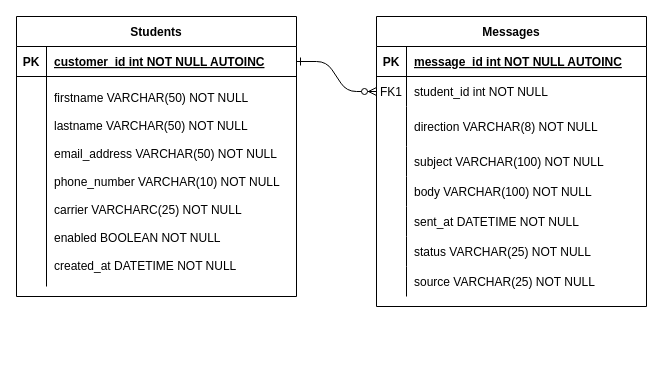
ExNihilo20/appt_reminder keeps this draw.io diagram as proj_design_and_BR/appt_reminder_ERD.drawio. Above is the earlier version. Source tidied: cells renumbered, new cells numbered last; positions are measured from the earlier drawing's top-left corner, leaving out a move shared by most shapes. Both pictures are drawn from the tidied source at 100%, with x=0, y=0 at pixel (16, 16).
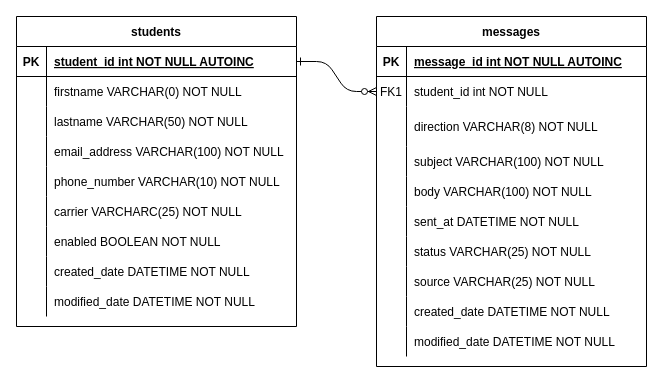
Above is the later version.

Unchanged cells that the change refers to:
```xml
<mxCell id="29" style="shape=partialRectangle;fillColor=none;points=[[0,0.5],[1,0.5]];portConstraint=eastwest;top=0;left=0;right=0;bottom=1;" parent="28" vertex="1">
  <mxGeometry y="30" width="280" height="30" as="geometry" />
</mxCell>
```

What changed in the source:
```diff
@@
-    <mxCell id="3" value="Messages" style="shape=table;startSize=30;childLayout=tableLayout;rowLines=0;fontStyle=1;align=center;" parent="1" vertex="1">
-      <mxGeometry x="360" width="270" height="290" as="geometry" />
+    <mxCell id="3" value="messages" style="shape=table;startSize=30;childLayout=tableLayout;rowLines=0;fontStyle=1;align=center;" parent="1" vertex="1">
+      <mxGeometry x="360" width="270" height="350" as="geometry" />
     </mxCell>
@@
+    <mxCell id="35" style="shape=partialRectangle;fillColor=none;top=0;left=0;right=0;bottom=0;" parent="3" vertex="1">
+      <mxGeometry y="280" width="270" height="30" as="geometry" />
+    </mxCell>
+    <mxCell id="36" style="shape=partialRectangle;overflow=hidden;fillColor=none;top=0;left=0;bottom=0;right=0;" parent="35" vertex="1">
+      <mxGeometry width="30" height="30" as="geometry" />
+    </mxCell>
+    <mxCell id="37" value="created_date DATETIME NOT NULL" style="shape=partialRectangle;overflow=hidden;fillColor=none;top=0;left=0;bottom=0;right=0;align=left;spacingLeft=6;" parent="35" vertex="1">
+      <mxGeometry x="30" width="240" height="30" as="geometry" />
+    </mxCell>
+    <mxCell id="38" style="shape=partialRectangle;fillColor=none;top=0;left=0;right=0;bottom=0;" parent="3" vertex="1">
+      <mxGeometry y="310" width="270" height="30" as="geometry" />
+    </mxCell>
+    <mxCell id="39" style="shape=partialRectangle;overflow=hidden;fillColor=none;top=0;left=0;bottom=0;right=0;" parent="38" vertex="1">
+      <mxGeometry width="30" height="30" as="geometry" />
+    </mxCell>
+    <mxCell id="40" value="modified_date DATETIME NOT NULL" style="shape=partialRectangle;overflow=hidden;fillColor=none;top=0;left=0;bottom=0;right=0;align=left;spacingLeft=6;" parent="38" vertex="1">
+      <mxGeometry x="30" width="240" height="30" as="geometry" />
+    </mxCell>
-    <mxCell id="28" value="Students" style="shape=table;startSize=30;childLayout=tableLayout;rowLines=0;fontStyle=1;align=center;" parent="1" vertex="1">
-      <mxGeometry width="280" height="280" as="geometry" />
+    <mxCell id="28" value="students" style="shape=table;startSize=30;childLayout=tableLayout;rowLines=0;fontStyle=1;align=center;" parent="1" vertex="1">
+      <mxGeometry width="280" height="310" as="geometry" />
     </mxCell>
@@
-    <mxCell id="31" value="customer_id int NOT NULL AUTOINC" style="shape=partialRectangle;overflow=hidden;fillColor=none;top=0;left=0;bottom=0;right=0;align=left;spacingLeft=6;fontStyle=5;" parent="29" vertex="1">
+    <mxCell id="31" value="student_id int NOT NULL AUTOINC" style="shape=partialRectangle;overflow=hidden;fillColor=none;top=0;left=0;bottom=0;right=0;align=left;spacingLeft=6;fontStyle=5;" parent="29" vertex="1">
       <mxGeometry x="30" width="250" height="30" as="geometry" />
     </mxCell>
     <mxCell id="32" style="shape=partialRectangle;fillColor=none;top=0;left=0;right=0;bottom=0;" parent="28" vertex="1">
-      <mxGeometry y="60" width="280" height="210" as="geometry" />
+      <mxGeometry y="60" width="280" height="30" as="geometry" />
     </mxCell>
     <mxCell id="33" style="shape=partialRectangle;overflow=hidden;fillColor=none;top=0;left=0;bottom=0;right=0;" parent="32" vertex="1">
-      <mxGeometry width="30" height="210" as="geometry" />
+      <mxGeometry width="30" height="30" as="geometry" />
     </mxCell>
-    <mxCell id="34" value="firstname VARCHAR(50) NOT NULL&#10;&#10;lastname VARCHAR(50) NOT NULL&#10;&#10;email_address VARCHAR(50) NOT NULL&#10;&#10;phone_number VARCHAR(10) NOT NULL&#10;&#10;carrier VARCHARC(25) NOT NULL&#10;&#10;enabled BOOLEAN NOT NULL&#10;&#10;created_at DATETIME NOT NULL" style="shape=partialRectangle;overflow=hidden;fillColor=none;top=0;left=0;bottom=0;right=0;align=left;spacingLeft=6;" parent="32" vertex="1">
-      <mxGeometry x="30" width="250" height="210" as="geometry" />
+    <mxCell id="34" value="firstname VARCHAR(0) NOT NULL" style="shape=partialRectangle;overflow=hidden;fillColor=none;top=0;left=0;bottom=0;right=0;align=left;spacingLeft=6;" parent="32" vertex="1">
+      <mxGeometry x="30" width="250" height="30" as="geometry" />
     </mxCell>
+    <mxCell id="41" style="shape=partialRectangle;fillColor=none;top=0;left=0;right=0;bottom=0;" parent="28" vertex="1">
+      <mxGeometry y="90" width="280" height="30" as="geometry" />
+    </mxCell>
+    <mxCell id="42" style="shape=partialRectangle;overflow=hidden;fillColor=none;top=0;left=0;bottom=0;right=0;" parent="41" vertex="1">
+      <mxGeometry width="30" height="30" as="geometry" />
+    </mxCell>
+    <mxCell id="43" value="lastname VARCHAR(50) NOT NULL" style="shape=partialRectangle;overflow=hidden;fillColor=none;top=0;left=0;bottom=0;right=0;align=left;spacingLeft=6;" parent="41" vertex="1">
+      <mxGeometry x="30" width="250" height="30" as="geometry" />
+    </mxCell>
+    <mxCell id="44" style="shape=partialRectangle;fillColor=none;top=0;left=0;right=0;bottom=0;" parent="28" vertex="1">
+      <mxGeometry y="120" width="280" height="30" as="geometry" />
+    </mxCell>
+    <mxCell id="45" style="shape=partialRectangle;overflow=hidden;fillColor=none;top=0;left=0;bottom=0;right=0;" parent="44" vertex="1">
+      <mxGeometry width="30" height="30" as="geometry" />
+    </mxCell>
+    <mxCell id="46" value="email_address VARCHAR(100) NOT NULL" style="shape=partialRectangle;overflow=hidden;fillColor=none;top=0;left=0;bottom=0;right=0;align=left;spacingLeft=6;" parent="44" vertex="1">
+      <mxGeometry x="30" width="250" height="30" as="geometry" />
+    </mxCell>
+    <mxCell id="47" style="shape=partialRectangle;fillColor=none;top=0;left=0;right=0;bottom=0;" parent="28" vertex="1">
+      <mxGeometry y="150" width="280" height="30" as="geometry" />
+    </mxCell>
+    <mxCell id="48" style="shape=partialRectangle;overflow=hidden;fillColor=none;top=0;left=0;bottom=0;right=0;" parent="47" vertex="1">
+      <mxGeometry width="30" height="30" as="geometry" />
+    </mxCell>
+    <mxCell id="49" value="phone_number VARCHAR(10) NOT NULL" style="shape=partialRectangle;overflow=hidden;fillColor=none;top=0;left=0;bottom=0;right=0;align=left;spacingLeft=6;" parent="47" vertex="1">
+      <mxGeometry x="30" width="250" height="30" as="geometry" />
+    </mxCell>
+    <mxCell id="50" style="shape=partialRectangle;fillColor=none;top=0;left=0;right=0;bottom=0;" parent="28" vertex="1">
+      <mxGeometry y="180" width="280" height="30" as="geometry" />
+    </mxCell>
+    <mxCell id="51" style="shape=partialRectangle;overflow=hidden;fillColor=none;top=0;left=0;bottom=0;right=0;" parent="50" vertex="1">
+      <mxGeometry width="30" height="30" as="geometry" />
+    </mxCell>
+    <mxCell id="52" value="carrier VARCHARC(25) NOT NULL" style="shape=partialRectangle;overflow=hidden;fillColor=none;top=0;left=0;bottom=0;right=0;align=left;spacingLeft=6;" parent="50" vertex="1">
+      <mxGeometry x="30" width="250" height="30" as="geometry" />
+    </mxCell>
+    <mxCell id="53" style="shape=partialRectangle;fillColor=none;top=0;left=0;right=0;bottom=0;" parent="28" vertex="1">
+      <mxGeometry y="210" width="280" height="30" as="geometry" />
+    </mxCell>
+    <mxCell id="54" style="shape=partialRectangle;overflow=hidden;fillColor=none;top=0;left=0;bottom=0;right=0;" parent="53" vertex="1">
+      <mxGeometry width="30" height="30" as="geometry" />
+    </mxCell>
+    <mxCell id="55" value="enabled BOOLEAN NOT NULL" style="shape=partialRectangle;overflow=hidden;fillColor=none;top=0;left=0;bottom=0;right=0;align=left;spacingLeft=6;" parent="53" vertex="1">
+      <mxGeometry x="30" width="250" height="30" as="geometry" />
+    </mxCell>
+    <mxCell id="56" style="shape=partialRectangle;fillColor=none;top=0;left=0;right=0;bottom=0;" parent="28" vertex="1">
+      <mxGeometry y="240" width="280" height="30" as="geometry" />
+    </mxCell>
+    <mxCell id="57" style="shape=partialRectangle;overflow=hidden;fillColor=none;top=0;left=0;bottom=0;right=0;" parent="56" vertex="1">
+      <mxGeometry width="30" height="30" as="geometry" />
+    </mxCell>
+    <mxCell id="58" value="created_date DATETIME NOT NULL" style="shape=partialRectangle;overflow=hidden;fillColor=none;top=0;left=0;bottom=0;right=0;align=left;spacingLeft=6;" parent="56" vertex="1">
+      <mxGeometry x="30" width="250" height="30" as="geometry" />
+    </mxCell>
+    <mxCell id="59" style="shape=partialRectangle;fillColor=none;top=0;left=0;right=0;bottom=0;" parent="28" vertex="1">
+      <mxGeometry y="270" width="280" height="30" as="geometry" />
+    </mxCell>
+    <mxCell id="60" style="shape=partialRectangle;overflow=hidden;fillColor=none;top=0;left=0;bottom=0;right=0;" parent="59" vertex="1">
+      <mxGeometry width="30" height="30" as="geometry" />
+    </mxCell>
+    <mxCell id="61" value="modified_date DATETIME NOT NULL" style="shape=partialRectangle;overflow=hidden;fillColor=none;top=0;left=0;bottom=0;right=0;align=left;spacingLeft=6;" parent="59" vertex="1">
+      <mxGeometry x="30" width="250" height="30" as="geometry" />
+    </mxCell>
```
